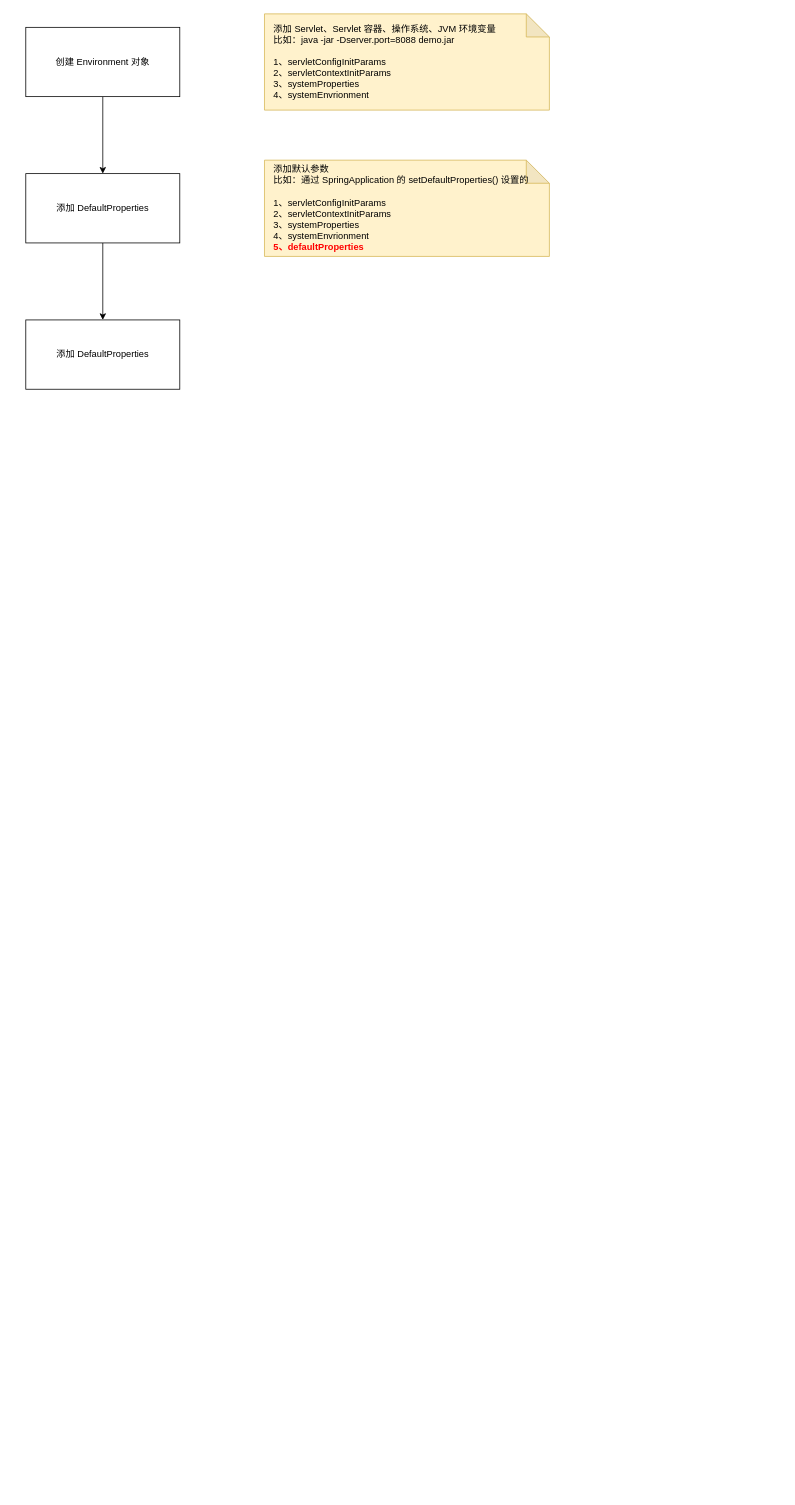
The draw.io diagram spring/spring-framework/environment.drawio in thebesteric/draw.io, before the edit. Source tidied: cells renumbered, new cells numbered last; positions are measured from the earlier drawing's top-left corner, leaving out a move shared by most shapes. Both pictures are drawn from the tidied source at 77%, with x=0, y=0 at pixel (25, 13).
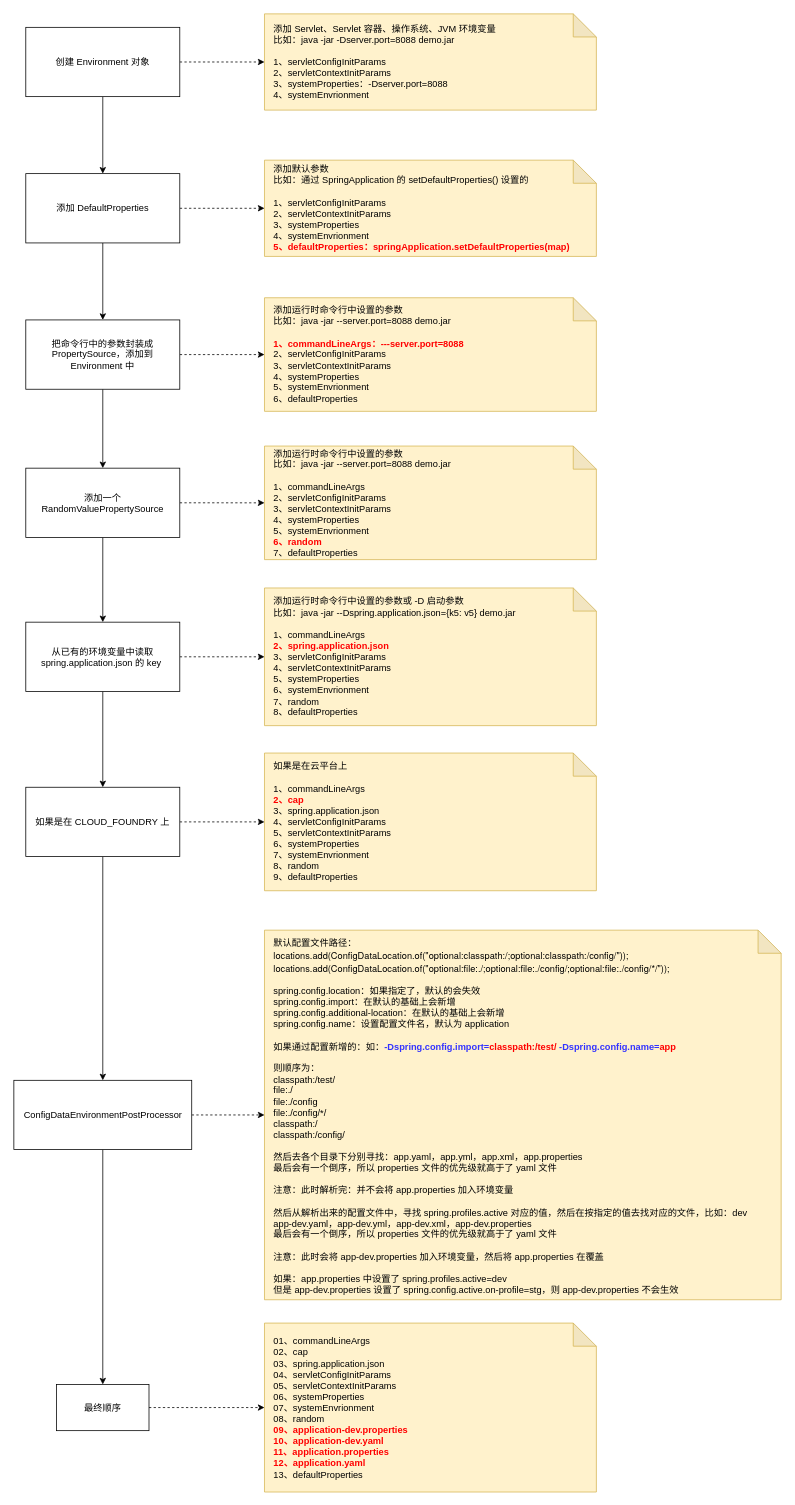
The same page after the edit.

The change refers to these unchanged cells:
```xml
<mxCell id="3" value="创建 Environment 对象" style="rounded=0;whiteSpace=wrap;html=1;" parent="1" vertex="1">
  <mxGeometry y="18" width="200" height="90" as="geometry" />
</mxCell>
<mxCell id="6" value="添加 DefaultProperties" style="rounded=0;whiteSpace=wrap;html=1;" parent="1" vertex="1">
  <mxGeometry y="208" width="200" height="90" as="geometry" />
</mxCell>
```

Change to the diagram source:
```diff
@@
+    <mxCell id="9" style="edgeStyle=orthogonalEdgeStyle;rounded=0;jettySize=auto;html=1;exitX=1;exitY=0.5;exitDx=0;exitDy=0;entryX=0;entryY=0.5;entryDx=0;entryDy=0;entryPerimeter=0;fontColor=#FF0000;dashed=1;" parent="1" edge="1" source="3" target="4">
+      <mxGeometry relative="1" as="geometry" />
+    </mxCell>
@@
-    <mxCell id="4" value="添加 Servlet、Servlet 容器、操作系统、JVM 环境变量&lt;br&gt;比如：java -jar -Dserver.port=8088 demo.jar&lt;br&gt;&lt;br&gt;1、servletConfigInitParams&lt;br&gt;2、servletContextInitParams&lt;br&gt;3、systemProperties&lt;br&gt;4、systemEnvrionment" style="shape=note;whiteSpace=wrap;html=1;backgroundOutline=1;darkOpacity=0.05;align=left;spacingLeft=10;fillColor=#fff2cc;strokeColor=#d6b656;" parent="1" vertex="1">
-      <mxGeometry x="310" y="0.5" width="370" height="125" as="geometry" />
+    <mxCell id="4" value="添加 Servlet、Servlet 容器、操作系统、JVM 环境变量&lt;br&gt;比如：java -jar -Dserver.port=8088 demo.jar&lt;br&gt;&lt;br&gt;1、servletConfigInitParams&lt;br&gt;2、servletContextInitParams&lt;br&gt;3、systemProperties：-Dserver.port=8088&lt;br&gt;4、systemEnvrionment" style="shape=note;whiteSpace=wrap;html=1;backgroundOutline=1;darkOpacity=0.05;align=left;spacingLeft=10;fillColor=#fff2cc;strokeColor=#d6b656;" parent="1" vertex="1">
+      <mxGeometry x="310" y="0.5" width="431" height="125" as="geometry" />
     </mxCell>
@@
+    <mxCell id="10" style="edgeStyle=orthogonalEdgeStyle;rounded=0;jettySize=auto;html=1;exitX=1;exitY=0.5;exitDx=0;exitDy=0;fontColor=#FF0000;dashed=1;" parent="1" edge="1" source="6" target="7">
+      <mxGeometry relative="1" as="geometry" />
+    </mxCell>
@@
-    <mxCell id="7" value="添加默认参数&lt;br&gt;比如：通过 SpringApplication 的 setDefaultProperties() 设置的&lt;br&gt;&lt;br&gt;1、servletConfigInitParams&lt;br&gt;2、servletContextInitParams&lt;br&gt;3、systemProperties&lt;br&gt;4、systemEnvrionment&lt;br&gt;&lt;b&gt;&lt;font color=&quot;#ff0000&quot;&gt;5、defaultProperties&lt;/font&gt;&lt;/b&gt;" style="shape=note;whiteSpace=wrap;html=1;backgroundOutline=1;darkOpacity=0.05;align=left;spacingLeft=10;fillColor=#fff2cc;strokeColor=#d6b656;" parent="1" vertex="1">
-      <mxGeometry x="310" y="190.5" width="370" height="125" as="geometry" />
+    <mxCell id="7" value="添加默认参数&lt;br&gt;比如：通过 SpringApplication 的 setDefaultProperties() 设置的&lt;br&gt;&lt;br&gt;1、servletConfigInitParams&lt;br&gt;2、servletContextInitParams&lt;br&gt;3、systemProperties&lt;br&gt;4、systemEnvrionment&lt;br&gt;&lt;b&gt;&lt;font color=&quot;#ff0000&quot;&gt;5、defaultProperties：springApplication.setDefaultProperties(map)&lt;/font&gt;&lt;/b&gt;" style="shape=note;whiteSpace=wrap;html=1;backgroundOutline=1;darkOpacity=0.05;align=left;spacingLeft=10;fillColor=#fff2cc;strokeColor=#d6b656;" parent="1" vertex="1">
+      <mxGeometry x="310" y="190.5" width="431" height="125" as="geometry" />
     </mxCell>
+    <mxCell id="11" style="edgeStyle=orthogonalEdgeStyle;rounded=0;jettySize=auto;html=1;exitX=1;exitY=0.5;exitDx=0;exitDy=0;fontColor=#FF0000;dashed=1;" parent="1" edge="1" source="8" target="13">
+      <mxGeometry relative="1" as="geometry" />
+    </mxCell>
+    <mxCell id="12" style="edgeStyle=orthogonalEdgeStyle;rounded=0;jettySize=auto;html=1;exitX=0.5;exitY=1;exitDx=0;exitDy=0;entryX=0.5;entryY=0;entryDx=0;entryDy=0;fontColor=#FF0000;" parent="1" edge="1" source="8" target="16">
+      <mxGeometry relative="1" as="geometry" />
+    </mxCell>
-    <mxCell id="8" value="添加 DefaultProperties" style="rounded=0;whiteSpace=wrap;html=1;" parent="1" vertex="1">
+    <mxCell id="8" value="把命令行中的参数封装成 PropertySource，添加到 Environment 中" style="rounded=0;whiteSpace=wrap;html=1;" parent="1" vertex="1">
       <mxGeometry y="398" width="200" height="90" as="geometry" />
     </mxCell>
+    <mxCell id="13" value="添加运行时命令行中设置的参数&lt;br&gt;比如：java -jar --server.port=8088 demo.jar&lt;br&gt;&lt;br&gt;&lt;b&gt;&lt;font color=&quot;#ff0000&quot;&gt;1、commandLineArgs：---server.port=8088&lt;br&gt;&lt;/font&gt;&lt;/b&gt;2、servletConfigInitParams&lt;br&gt;3、servletContextInitParams&lt;br&gt;4、systemProperties&lt;br&gt;5、systemEnvrionment&lt;br&gt;6、defaultProperties" style="shape=note;whiteSpace=wrap;html=1;backgroundOutline=1;darkOpacity=0.05;align=left;spacingLeft=10;fillColor=#fff2cc;strokeColor=#d6b656;" parent="1" vertex="1">
+      <mxGeometry x="310" y="369.2" width="431" height="147.5" as="geometry" />
+    </mxCell>
+    <mxCell id="14" style="edgeStyle=orthogonalEdgeStyle;rounded=0;jettySize=auto;html=1;exitX=1;exitY=0.5;exitDx=0;exitDy=0;entryX=0;entryY=0.5;entryDx=0;entryDy=0;entryPerimeter=0;fontColor=#FF0000;dashed=1;" parent="1" edge="1" source="16" target="17">
+      <mxGeometry relative="1" as="geometry" />
+    </mxCell>
+    <mxCell id="15" style="edgeStyle=orthogonalEdgeStyle;rounded=0;jettySize=auto;html=1;exitX=0.5;exitY=1;exitDx=0;exitDy=0;fontColor=#FF0000;" parent="1" edge="1" source="16" target="20">
+      <mxGeometry relative="1" as="geometry" />
+    </mxCell>
+    <mxCell id="16" value="添加一个 RandomValuePropertySource" style="rounded=0;whiteSpace=wrap;html=1;" parent="1" vertex="1">
+      <mxGeometry y="590.5" width="200" height="90" as="geometry" />
+    </mxCell>
+    <mxCell id="17" value="添加运行时命令行中设置的参数&lt;br&gt;比如：java -jar --server.port=8088 demo.jar&lt;br&gt;&lt;br&gt;1、commandLineArgs&lt;br&gt;2、servletConfigInitParams&lt;br&gt;3、servletContextInitParams&lt;br&gt;4、systemProperties&lt;br&gt;5、systemEnvrionment&lt;br&gt;&lt;b&gt;&lt;font color=&quot;#ff0000&quot;&gt;6、random&lt;br&gt;&lt;/font&gt;&lt;/b&gt;7、defaultProperties" style="shape=note;whiteSpace=wrap;html=1;backgroundOutline=1;darkOpacity=0.05;align=left;spacingLeft=10;fillColor=#fff2cc;strokeColor=#d6b656;" parent="1" vertex="1">
+      <mxGeometry x="310" y="561.8" width="431" height="147.5" as="geometry" />
+    </mxCell>
+    <mxCell id="18" style="edgeStyle=orthogonalEdgeStyle;rounded=0;jettySize=auto;html=1;exitX=1;exitY=0.5;exitDx=0;exitDy=0;entryX=0;entryY=0.5;entryDx=0;entryDy=0;entryPerimeter=0;fontColor=#FF0000;dashed=1;" parent="1" edge="1" source="20" target="21">
+      <mxGeometry relative="1" as="geometry" />
+    </mxCell>
+    <mxCell id="19" style="edgeStyle=orthogonalEdgeStyle;rounded=0;jettySize=auto;html=1;exitX=0.5;exitY=1;exitDx=0;exitDy=0;fontColor=#FF0000;" parent="1" edge="1" source="20" target="24">
+      <mxGeometry relative="1" as="geometry" />
+    </mxCell>
+    <mxCell id="20" value="从已有的环境变量中读取 spring.application.json 的 key&amp;nbsp;&lt;br&gt;" style="rounded=0;whiteSpace=wrap;html=1;" parent="1" vertex="1">
+      <mxGeometry y="790.5" width="200" height="90" as="geometry" />
+    </mxCell>
+    <mxCell id="21" value="添加运行时命令行中设置的参数或 -D 启动参数&lt;br&gt;比如：java -jar --Dspring.application.json={k5: v5} demo.jar&lt;br&gt;&lt;br&gt;1、commandLineArgs&lt;br&gt;&lt;b&gt;&lt;font color=&quot;#ff0000&quot;&gt;2、spring.application.json&lt;br&gt;&lt;/font&gt;&lt;/b&gt;3、servletConfigInitParams&lt;br&gt;4、servletContextInitParams&lt;br&gt;5、systemProperties&lt;br&gt;6、systemEnvrionment&lt;br&gt;7、random&lt;br&gt;8、defaultProperties" style="shape=note;whiteSpace=wrap;html=1;backgroundOutline=1;darkOpacity=0.05;align=left;spacingLeft=10;fillColor=#fff2cc;strokeColor=#d6b656;" parent="1" vertex="1">
+      <mxGeometry x="310" y="746.1" width="431" height="178.8" as="geometry" />
+    </mxCell>
+    <mxCell id="22" style="edgeStyle=orthogonalEdgeStyle;rounded=0;jettySize=auto;html=1;exitX=1;exitY=0.5;exitDx=0;exitDy=0;fontColor=#FF0000;dashed=1;" parent="1" edge="1" source="24" target="25">
+      <mxGeometry relative="1" as="geometry" />
+    </mxCell>
+    <mxCell id="23" style="edgeStyle=orthogonalEdgeStyle;rounded=0;jettySize=auto;html=1;exitX=0.5;exitY=1;exitDx=0;exitDy=0;fontColor=#FF0000;" parent="1" edge="1" source="24" target="28">
+      <mxGeometry relative="1" as="geometry" />
+    </mxCell>
+    <mxCell id="24" value="如果是在 CLOUD_FOUNDRY 上" style="rounded=0;whiteSpace=wrap;html=1;" parent="1" vertex="1">
+      <mxGeometry y="1004.9" width="200" height="90" as="geometry" />
+    </mxCell>
+    <mxCell id="25" value="如果是在云平台上&lt;br&gt;&lt;br&gt;1、commandLineArgs&lt;br&gt;&lt;b&gt;&lt;font color=&quot;#ff0000&quot;&gt;2、cap&lt;br&gt;&lt;/font&gt;&lt;/b&gt;3、spring.application.json&lt;br&gt;4、servletConfigInitParams&lt;br&gt;5、servletContextInitParams&lt;br&gt;6、systemProperties&lt;br&gt;7、systemEnvrionment&lt;br&gt;8、random&lt;br&gt;9、defaultProperties" style="shape=note;whiteSpace=wrap;html=1;backgroundOutline=1;darkOpacity=0.05;align=left;spacingLeft=10;fillColor=#fff2cc;strokeColor=#d6b656;" parent="1" vertex="1">
+      <mxGeometry x="310" y="960.5" width="431" height="178.8" as="geometry" />
+    </mxCell>
+    <mxCell id="26" style="edgeStyle=orthogonalEdgeStyle;rounded=0;jettySize=auto;html=1;exitX=1;exitY=0.5;exitDx=0;exitDy=0;fontColor=#FF0000;dashed=1;" parent="1" edge="1" source="28" target="29">
+      <mxGeometry relative="1" as="geometry" />
+    </mxCell>
+    <mxCell id="27" style="edgeStyle=orthogonalEdgeStyle;rounded=0;jettySize=auto;html=1;fontSize=12;fontColor=#FF0000;" parent="1" edge="1" source="28" target="31">
+      <mxGeometry relative="1" as="geometry" />
+    </mxCell>
+    <mxCell id="28" value="ConfigDataEnvironmentPostProcessor" style="rounded=0;whiteSpace=wrap;html=1;" parent="1" vertex="1">
+      <mxGeometry x="-15.5" y="1385.5" width="231" height="90" as="geometry" />
+    </mxCell>
+    <mxCell id="29" value="&lt;p style=&quot;margin: 0px; font-stretch: normal; line-height: normal; font-family: &amp;quot;Helvetica Neue&amp;quot;;&quot;&gt;&lt;font style=&quot;font-size: 12px;&quot;&gt;默认配置文件路径：&lt;/font&gt;&lt;/p&gt;&lt;p style=&quot;margin: 0px; font-stretch: normal; line-height: normal; font-family: &amp;quot;Helvetica Neue&amp;quot;;&quot;&gt;locations.add(ConfigDataLocation.of(&quot;optional:classpath:/;optional:classpath:/config/&quot;));&lt;/p&gt;&lt;p style=&quot;margin: 0px; font-stretch: normal; line-height: normal; font-family: &amp;quot;Helvetica Neue&amp;quot;;&quot;&gt;&lt;font style=&quot;font-size: 12px;&quot;&gt;locations.add(ConfigDataLocation.of(&quot;optional:file:./;optional:file:./config/;optional:file:./config/*/&quot;));&lt;/font&gt;&lt;/p&gt;&lt;span style=&quot;text-align: center;&quot;&gt;&lt;br&gt;spring.config.location：如果指定了，默认的会失效&lt;/span&gt;&lt;br style=&quot;text-align: center;&quot;&gt;&lt;span style=&quot;text-align: center;&quot;&gt;spring.config.import：在默认的基础上会新增&lt;br&gt;spring.config.additional-location：&lt;/span&gt;&lt;span style=&quot;text-align: center;&quot;&gt;在默认的基础上会新增&lt;br&gt;spring.config.name：设置配置文件名，默认为 application&lt;br&gt;&lt;/span&gt;&lt;span style=&quot;text-align: center;&quot;&gt;&lt;br&gt;如果通过配置新增的：如：&lt;b&gt;&lt;font color=&quot;#3333ff&quot;&gt;-D&lt;/font&gt;&lt;/b&gt;&lt;/span&gt;&lt;b&gt;&lt;span style=&quot;color: rgb(51, 51, 255); text-align: center;&quot;&gt;spring.config.import=&lt;/span&gt;&lt;span style=&quot;text-align: center;&quot;&gt;&lt;font color=&quot;#ff0000&quot;&gt;classpath:/test/&lt;/font&gt;&lt;font color=&quot;#3333ff&quot;&gt;&amp;nbsp;&lt;/font&gt;&lt;/span&gt;&lt;span style=&quot;color: rgb(51, 51, 255); text-align: center;&quot;&gt;-D&lt;/span&gt;&lt;span style=&quot;color: rgb(51, 51, 255); text-align: center;&quot;&gt;spring.config.name=&lt;/span&gt;&lt;/b&gt;&lt;span style=&quot;text-align: center;&quot;&gt;&lt;b&gt;&lt;font color=&quot;#ff0000&quot;&gt;app&lt;/font&gt;&lt;/b&gt;&lt;br&gt;&lt;/span&gt;&lt;span style=&quot;text-align: center;&quot;&gt;&lt;br&gt;则顺序为：&lt;br&gt;&lt;/span&gt;&lt;span style=&quot;text-align: center;&quot;&gt;classpath:/test/&lt;br&gt;&lt;/span&gt;&lt;span style=&quot;text-align: center;&quot;&gt;file:./&lt;br&gt;&lt;/span&gt;&lt;span style=&quot;text-align: center;&quot;&gt;file:./config&lt;br&gt;&lt;/span&gt;&lt;span style=&quot;text-align: center;&quot;&gt;file:./config/*/&lt;br&gt;&lt;/span&gt;&lt;span style=&quot;text-align: center;&quot;&gt;classpath:/&lt;br&gt;classpath:/config/&lt;br&gt;&lt;br&gt;然后去各个目录下分别寻找：app.yaml，app.yml，&lt;/span&gt;&lt;span style=&quot;text-align: center;&quot;&gt;app.xml，&lt;/span&gt;&lt;span style=&quot;text-align: center;&quot;&gt;app.properties&lt;br&gt;最后会有一个倒序，所以 properties 文件的优先级就高于了 yaml 文件&lt;br&gt;&lt;br&gt;注意：此时解析完：并不会将 app.properties 加入环境变量&lt;br&gt;&lt;/span&gt;&lt;span style=&quot;text-align: center;&quot;&gt;&lt;br&gt;然后从解析出来的配置文件中，寻找 spring.profiles.active 对应的值，然后在按指定的值去找对应的文件，比如：dev&lt;br&gt;&lt;/span&gt;&lt;span style=&quot;text-align: center;&quot;&gt;app-dev.yaml，app-dev.yml，&lt;/span&gt;&lt;span style=&quot;text-align: center;&quot;&gt;app-dev.xml，&lt;/span&gt;&lt;span style=&quot;text-align: center;&quot;&gt;app-dev.properties&lt;br&gt;&lt;/span&gt;&lt;span style=&quot;text-align: center;&quot;&gt;最后会有一个倒序，所以 properties 文件的优先级就高于了 yaml 文件&lt;br&gt;&lt;/span&gt;&lt;span style=&quot;text-align: center;&quot;&gt;&lt;br&gt;注意：此时会将&amp;nbsp;&lt;/span&gt;&lt;span style=&quot;text-align: center;&quot;&gt;app-dev.properties 加入环境变量，然后将&amp;nbsp;&lt;/span&gt;&lt;span style=&quot;text-align: center;&quot;&gt;app.properties 在覆盖&lt;br&gt;&lt;/span&gt;&lt;span style=&quot;text-align: center;&quot;&gt;&lt;br&gt;如果：&lt;/span&gt;&lt;span style=&quot;text-align: center;&quot;&gt;app.properties 中设置了&amp;nbsp;&lt;/span&gt;&lt;span style=&quot;text-align: center;&quot;&gt;spring.profiles.active=dev&lt;br&gt;但是&amp;nbsp;&lt;/span&gt;&lt;span style=&quot;text-align: center;&quot;&gt;app-dev.properties 设置了&amp;nbsp;&lt;/span&gt;&lt;span style=&quot;text-align: center;&quot;&gt;spring.config.active.on-profile=stg，则&amp;nbsp;&lt;/span&gt;&lt;span style=&quot;text-align: center;&quot;&gt;app-dev.properties 不会生效&lt;/span&gt;&lt;span style=&quot;text-align: center;&quot;&gt;&lt;br&gt;&lt;/span&gt;" style="shape=note;whiteSpace=wrap;html=1;backgroundOutline=1;darkOpacity=0.05;align=left;spacingLeft=10;fillColor=#fff2cc;strokeColor=#d6b656;" parent="1" vertex="1">
+      <mxGeometry x="310" y="1190.5" width="671" height="480" as="geometry" />
+    </mxCell>
+    <mxCell id="30" style="edgeStyle=orthogonalEdgeStyle;rounded=0;jettySize=auto;html=1;exitX=1;exitY=0.5;exitDx=0;exitDy=0;entryX=0;entryY=0.5;entryDx=0;entryDy=0;entryPerimeter=0;fontSize=12;fontColor=#FF0000;dashed=1;" parent="1" edge="1" source="31" target="32">
+      <mxGeometry relative="1" as="geometry" />
+    </mxCell>
+    <mxCell id="31" value="最终顺序" style="whiteSpace=wrap;html=1;rounded=0;" parent="1" vertex="1">
+      <mxGeometry x="40" y="1780.5" width="120" height="60" as="geometry" />
+    </mxCell>
+    <mxCell id="32" value="01、commandLineArgs&lt;br&gt;02、cap&lt;br&gt;03、spring.application.json&lt;br&gt;04、servletConfigInitParams&lt;br&gt;05、servletContextInitParams&lt;br&gt;06、systemProperties&lt;br&gt;07、systemEnvrionment&lt;br&gt;08、random&lt;br&gt;&lt;b&gt;&lt;font color=&quot;#ff0000&quot;&gt;09、application-dev.properties&lt;br&gt;10、application-dev.yaml&lt;br&gt;11、application.properties&lt;br&gt;12、application.yaml&lt;/font&gt;&lt;/b&gt;&lt;br&gt;13、defaultProperties" style="shape=note;whiteSpace=wrap;html=1;backgroundOutline=1;darkOpacity=0.05;align=left;spacingLeft=10;fillColor=#fff2cc;strokeColor=#d6b656;" parent="1" vertex="1">
+      <mxGeometry x="310" y="1700.8" width="431" height="219.4" as="geometry" />
+    </mxCell>
```
